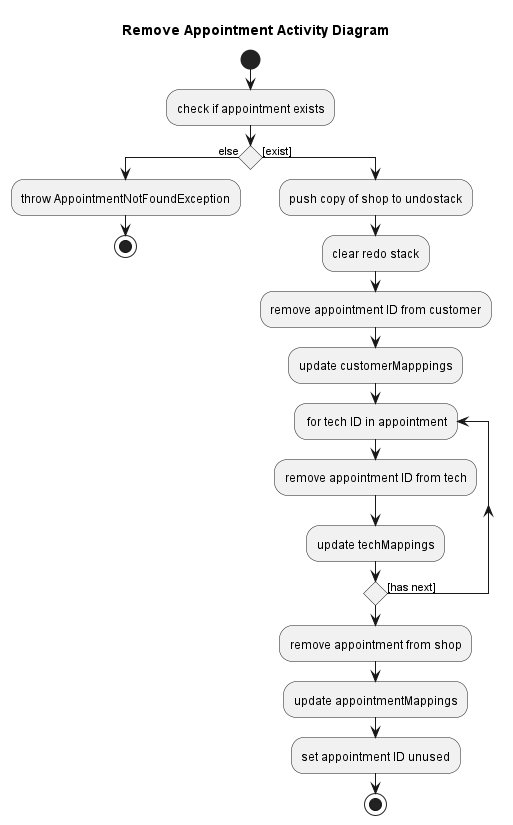
Above: docs/images/RemoveAppointmentInternalActivityDiag.png in nus-cs2103-AY2223S2/tp (PlantUML), before the change.
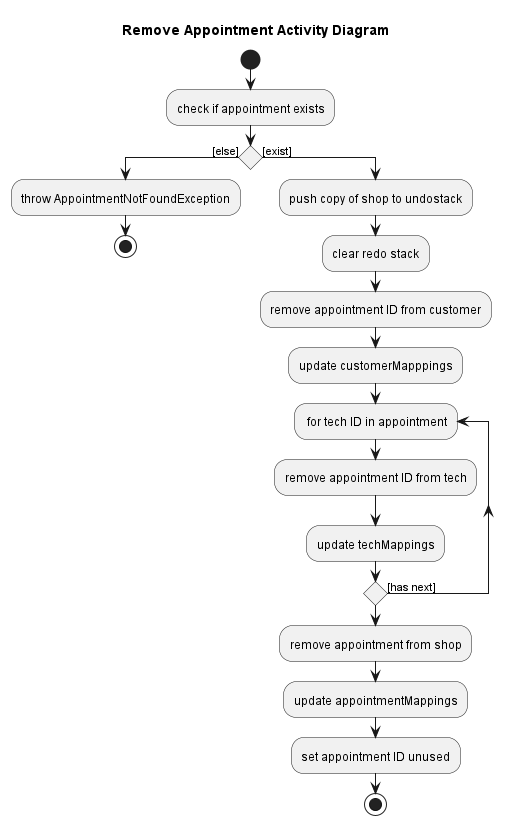
After the change.

Commit message:
Done with Remove Activity Diagrams

Diff of the diagram source:
```diff
@@ -4,7 +4,7 @@
 start
 skinparam conditionStyle diamond
 :check if appointment exists;
-if () then (else)
+if () then ([else])
     :throw AppointmentNotFoundException;
 stop
 else ([exist])
```
